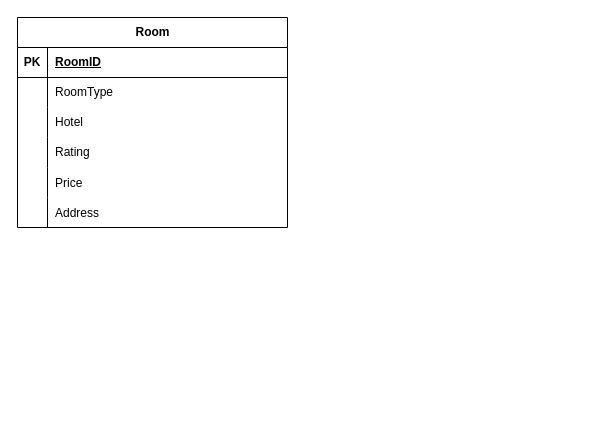
Earlier version of the draw.io diagram Window Final Term Project.drawio (hamegy08lleo/Window-Final-Term-Projcet-WPF-). Source tidied: cells renumbered, new cells numbered last; positions are measured from the earlier drawing's top-left corner, leaving out a move shared by most shapes. Both pictures are drawn from the tidied source at 100%, with x=0, y=0 at pixel (17, 17).
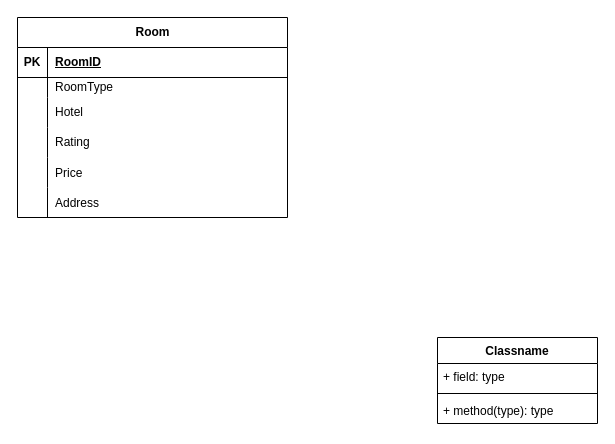
The same diagram, later.

Diff of the diagram source:
```diff
@@
     <mxCell id="2" value="Room" style="shape=table;startSize=30;childLayout=tableLayout;rowLines=0;fontStyle=1;align=center;html=1;" parent="1" vertex="1">
-      <mxGeometry width="270" height="210" as="geometry" />
+      <mxGeometry width="270" height="200" as="geometry" />
     </mxCell>
@@
     <mxCell id="6" style="shape=tableRow;horizontal=0;startSize=0;swimlaneHead=0;swimlaneBody=0;fillColor=none;top=0;left=0;right=0;bottom=0;" parent="2" vertex="1">
-      <mxGeometry y="60" width="270" height="30" as="geometry" />
+      <mxGeometry y="60" width="270" height="20" as="geometry" />
     </mxCell>
     <mxCell id="7" style="shape=partialRectangle;fillColor=none;top=0;left=0;bottom=0;right=0;overflow=hidden;whiteSpace=wrap;html=1;" parent="6" vertex="1">
-      <mxGeometry width="30" height="30" as="geometry" />
+      <mxGeometry width="30" height="20" as="geometry" />
     </mxCell>
     <mxCell id="8" value="RoomType" style="shape=partialRectangle;fillColor=none;top=0;left=0;bottom=0;right=0;align=left;spacingLeft=6;overflow=hidden;whiteSpace=wrap;html=1;" parent="6" vertex="1">
-      <mxGeometry x="30" width="240" height="30" as="geometry" />
+      <mxGeometry x="30" width="240" height="20" as="geometry" />
     </mxCell>
     <mxCell id="9" style="shape=tableRow;horizontal=0;startSize=0;swimlaneHead=0;swimlaneBody=0;fillColor=none;top=0;left=0;right=0;bottom=0;" parent="2" vertex="1">
-      <mxGeometry y="90" width="270" height="30" as="geometry" />
+      <mxGeometry y="80" width="270" height="30" as="geometry" />
     </mxCell>
@@
     <mxCell id="12" style="shape=tableRow;horizontal=0;startSize=0;swimlaneHead=0;swimlaneBody=0;fillColor=none;top=0;left=0;right=0;bottom=0;" parent="2" vertex="1">
-      <mxGeometry y="120" width="270" height="30" as="geometry" />
+      <mxGeometry y="110" width="270" height="30" as="geometry" />
     </mxCell>
@@
     <mxCell id="15" style="shape=tableRow;horizontal=0;startSize=0;swimlaneHead=0;swimlaneBody=0;fillColor=none;top=0;left=0;right=0;bottom=0;" parent="2" vertex="1">
-      <mxGeometry y="150" width="270" height="30" as="geometry" />
+      <mxGeometry y="140" width="270" height="30" as="geometry" />
     </mxCell>
@@
     <mxCell id="18" style="shape=tableRow;horizontal=0;startSize=0;swimlaneHead=0;swimlaneBody=0;fillColor=none;top=0;left=0;right=0;bottom=0;" parent="2" vertex="1">
-      <mxGeometry y="180" width="270" height="30" as="geometry" />
+      <mxGeometry y="170" width="270" height="30" as="geometry" />
     </mxCell>
@@
+    <mxCell id="21" value="Classname" style="swimlane;fontStyle=1;align=center;verticalAlign=top;horizontal=1;startSize=26;whiteSpace=wrap;html=1;" parent="1" vertex="1">
+      <mxGeometry x="420" y="320" width="160" height="86" as="geometry" />
+    </mxCell>
+    <mxCell id="22" value="+ field: type" style="text;strokeColor=none;fillColor=none;align=left;verticalAlign=top;spacingLeft=4;spacingRight=4;overflow=hidden;whiteSpace=wrap;html=1;" parent="21" vertex="1">
+      <mxGeometry y="26" width="160" height="26" as="geometry" />
+    </mxCell>
+    <mxCell id="23" style="line;strokeWidth=1;fillColor=none;align=left;verticalAlign=middle;spacingTop=-1;spacingLeft=3;spacingRight=3;labelPosition=right;strokeColor=inherit;" parent="21" vertex="1">
+      <mxGeometry y="52" width="160" height="8" as="geometry" />
+    </mxCell>
+    <mxCell id="24" value="+ method(type): type" style="text;strokeColor=none;fillColor=none;align=left;verticalAlign=top;spacingLeft=4;spacingRight=4;overflow=hidden;whiteSpace=wrap;html=1;" parent="21" vertex="1">
+      <mxGeometry y="60" width="160" height="26" as="geometry" />
+    </mxCell>
```
